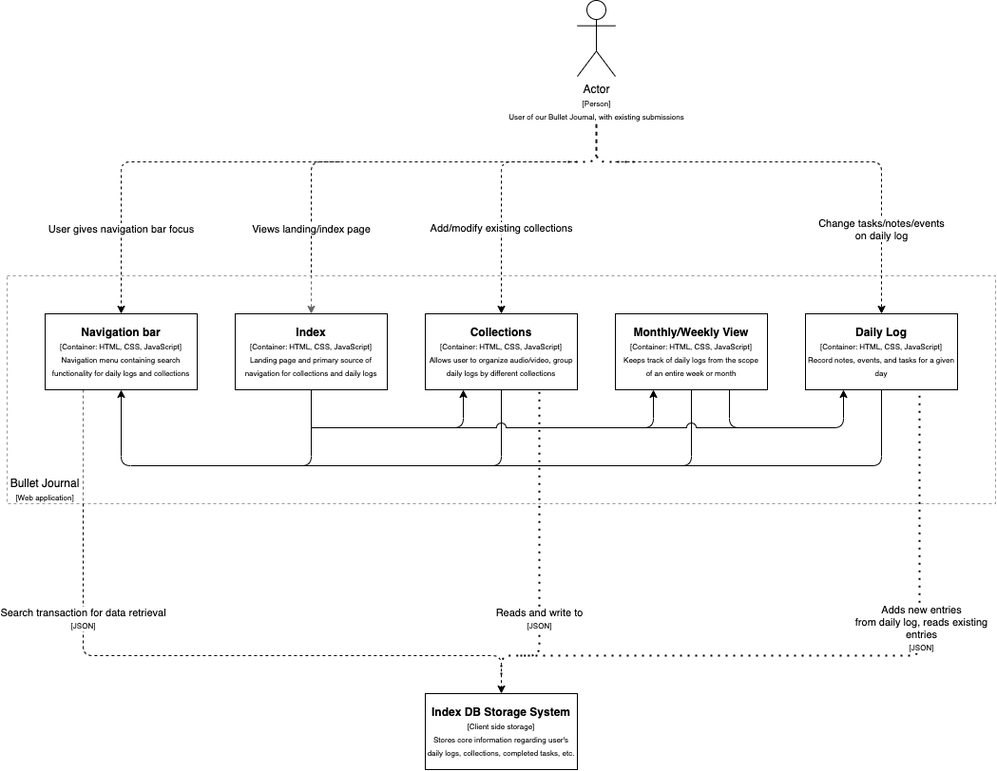
The draw.io diagram specs/architecture/c4_component_diagram_search.drawio.png in will-chung/cse110-w21-group7, before a commit. Source tidied: cells renumbered, new cells last; positions are measured from the earlier drawing's top-left corner, leaving out a move shared by most shapes.
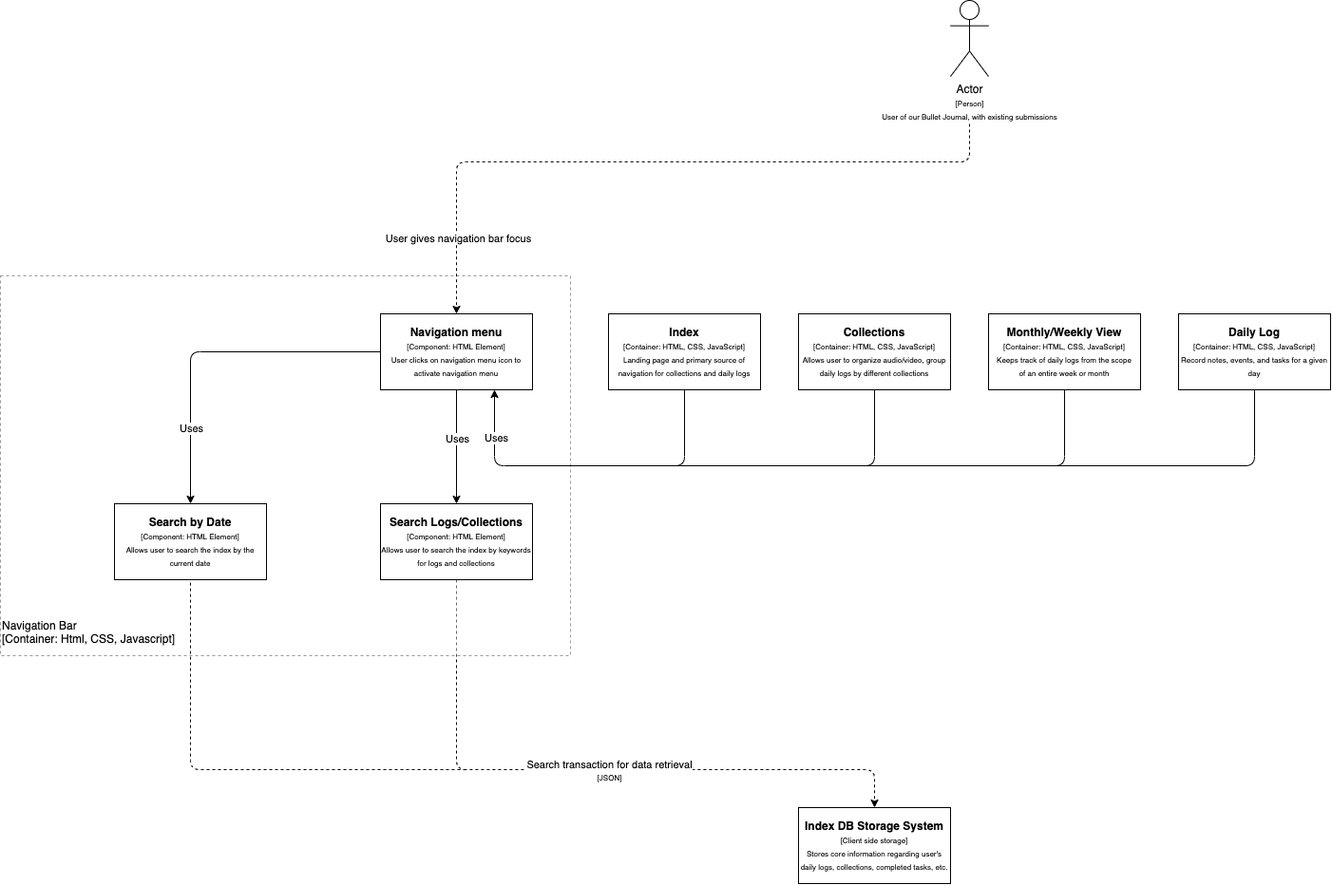
Above is the later version.

Commit message:
Formatting for component and system diagrams

The edit, as a diff of the source:
```diff
@@ -5,37 +5,24 @@
     <mxCell id="2" value="Actor&lt;br&gt;&lt;font style=&quot;font-size: 8px&quot;&gt;[Person]&lt;br&gt;&lt;/font&gt;&lt;font style=&quot;font-size: 8px&quot;&gt;User of our Bullet Journal, with existing submissions&lt;/font&gt;" style="shape=umlActor;verticalLabelPosition=bottom;verticalAlign=top;html=1;" parent="1" vertex="1">
       <mxGeometry x="600" width="40" height="80" as="geometry" />
     </mxCell>
-    <mxCell id="3" style="endArrow=classic;html=1;entryX=0.5;entryY=0;entryDx=0;entryDy=0;dashed=1;" parent="1" edge="1" target="9">
-      <mxGeometry relative="1" as="geometry">
-        <mxPoint x="600" y="170" as="sourcePoint" />
-        <Array as="points">
-          <mxPoint x="320" y="170" />
-        </Array>
-      </mxGeometry>
-    </mxCell>
-    <mxCell id="4" value="Views landing/index page" style="edgeLabel;html=1;align=center;verticalAlign=middle;" parent="3" vertex="1">
-      <mxGeometry x="-0.1" relative="1" as="geometry">
-        <mxPoint x="-81.7" y="70" as="offset" />
-      </mxGeometry>
-    </mxCell>
     <mxCell id="5" value="&lt;b&gt;Index DB Storage System&lt;/b&gt;&lt;br&gt;&lt;font style=&quot;font-size: 8px&quot;&gt;[Client side storage]&lt;br&gt;Stores core information regarding user's daily logs, collections, completed tasks, etc.&lt;br&gt;&lt;/font&gt;" style="rounded=0;whiteSpace=wrap;html=1;" parent="1" vertex="1">
-      <mxGeometry x="440" y="730" width="160" height="80" as="geometry" />
+      <mxGeometry x="440" y="850" width="160" height="80" as="geometry" />
     </mxCell>
-    <mxCell id="6" style="endArrow=classic;html=1;dashed=1;entryX=0.5;entryY=0;entryDx=0;entryDy=0;exitX=0.25;exitY=1;exitDx=0;exitDy=0;" parent="1" edge="1" source="16" target="5">
+    <mxCell id="6" style="endArrow=classic;html=1;dashed=1;entryX=0.5;entryY=0;entryDx=0;entryDy=0;exitX=0.5;exitY=1;exitDx=0;exitDy=0;" parent="1" edge="1" source="33" target="5">
       <mxGeometry relative="1" as="geometry">
         <Array as="points">
-          <mxPoint x="80" y="690" />
-          <mxPoint x="520" y="690" />
+          <mxPoint x="80" y="810" />
+          <mxPoint x="520" y="810" />
         </Array>
       </mxGeometry>
     </mxCell>
     <mxCell id="7" value="Search transaction for data retrieval&lt;br&gt;&lt;font style=&quot;font-size: 8px&quot;&gt;[JSON]&lt;/font&gt;" style="edgeLabel;html=1;align=center;verticalAlign=middle;" parent="6" vertex="1">
       <mxGeometry x="-0.05" y="3" relative="1" as="geometry">
-        <mxPoint x="-81" y="-37" as="offset" />
+        <mxPoint x="37.7" y="3" as="offset" />
       </mxGeometry>
     </mxCell>
     <mxCell id="8" style="rounded=0;whiteSpace=wrap;html=1;dashed=1;opacity=40;strokeWidth=1;perimeterSpacing=1;shadow=0;glass=0;sketch=0;align=left;" parent="1" vertex="1">
-      <mxGeometry y="290" width="1040" height="240" as="geometry" />
+      <mxGeometry x="-400" y="290" width="600" height="400" as="geometry" />
     </mxCell>
     <mxCell id="9" value="&lt;b&gt;Index&lt;/b&gt;&lt;br&gt;&lt;font style=&quot;font-size: 8px&quot;&gt;[Container: HTML, CSS, JavaScript]&lt;br&gt;Landing page and primary source of&lt;br&gt;navigation for collections and daily logs&lt;br&gt;&lt;/font&gt;" style="rounded=0;whiteSpace=wrap;html=1;" parent="1" vertex="1">
       <mxGeometry x="240" y="330" width="160" height="80" as="geometry" />
@@ -49,70 +36,36 @@
     <mxCell id="12" value="&lt;b&gt;Collections&lt;/b&gt;&lt;br&gt;&lt;font style=&quot;font-size: 8px&quot;&gt;[Container: HTML, CSS, JavaScript]&lt;br&gt;Allows user to organize audio/video, group daily logs by different collections&lt;br&gt;&lt;/font&gt;" style="rounded=0;whiteSpace=wrap;html=1;" parent="1" vertex="1">
       <mxGeometry x="440" y="330" width="160" height="80" as="geometry" />
     </mxCell>
-    <mxCell id="13" value="Add/modify existing collections" style="endArrow=classic;html=1;dashed=1;entryX=0.5;entryY=0;entryDx=0;entryDy=0;" parent="1" edge="1" target="12">
-      <mxGeometry x="0.25" relative="1" as="geometry">
-        <mxPoint x="600" y="170" as="sourcePoint" />
-        <Array as="points">
-          <mxPoint x="520" y="170" />
-        </Array>
-      </mxGeometry>
-    </mxCell>
-    <mxCell id="14" style="endArrow=classic;html=1;dashed=1;entryX=0.5;entryY=0;entryDx=0;entryDy=0;" parent="1" edge="1" target="11">
-      <mxGeometry relative="1" as="geometry">
-        <mxPoint x="640" y="170" as="sourcePoint" />
-        <Array as="points">
-          <mxPoint x="920" y="170" />
-        </Array>
-      </mxGeometry>
-    </mxCell>
-    <mxCell id="15" value="Change tasks/notes/events&lt;br&gt;on daily log" style="edgeLabel;html=1;align=center;verticalAlign=middle;" parent="14" vertex="1">
-      <mxGeometry y="1" relative="1" as="geometry">
-        <mxPoint x="61.1" y="71" as="offset" />
-      </mxGeometry>
-    </mxCell>
-    <mxCell id="16" value="&lt;b&gt;Navigation bar&lt;/b&gt;&lt;br&gt;&lt;font style=&quot;font-size: 8px&quot;&gt;[Container: HTML, CSS, JavaScript]&lt;br&gt;Navigation menu containing search functionality for daily logs and collections&lt;br&gt;&lt;/font&gt;" style="rounded=0;whiteSpace=wrap;html=1;" parent="1" vertex="1">
-      <mxGeometry x="40" y="330" width="160" height="80" as="geometry" />
+    <mxCell id="16" value="&lt;b&gt;Navigation menu&lt;/b&gt;&lt;br&gt;&lt;font style=&quot;font-size: 8px&quot;&gt;[Component: HTML Element]&lt;br&gt;User clicks on navigation menu icon to activate navigation menu&lt;br&gt;&lt;/font&gt;" style="rounded=0;whiteSpace=wrap;html=1;" parent="1" vertex="1">
+      <mxGeometry y="330" width="160" height="80" as="geometry" />
     </mxCell>
-    <mxCell id="17" style="endArrow=none;dashed=1;html=1;dashPattern=1 3;strokeWidth=2;" parent="1" edge="1">
-      <mxGeometry relative="1" as="geometry">
-        <mxPoint x="590" y="170" as="sourcePoint" />
-        <mxPoint x="620" y="130" as="targetPoint" />
-        <Array as="points">
-          <mxPoint x="620" y="170" />
-        </Array>
-      </mxGeometry>
-    </mxCell>
-    <mxCell id="18" style="endArrow=none;dashed=1;html=1;dashPattern=1 3;strokeWidth=2;" parent="1" edge="1">
-      <mxGeometry relative="1" as="geometry">
-        <mxPoint x="660" y="170" as="sourcePoint" />
-        <mxPoint x="620" y="130" as="targetPoint" />
-        <Array as="points">
-          <mxPoint x="620" y="170" />
-        </Array>
-      </mxGeometry>
-    </mxCell>
     <mxCell id="19" style="endArrow=classic;html=1;entryX=0.5;entryY=0;entryDx=0;entryDy=0;dashed=1;" parent="1" edge="1" target="16">
       <mxGeometry relative="1" as="geometry">
-        <mxPoint x="350" y="170" as="sourcePoint" />
+        <mxPoint x="620" y="130" as="sourcePoint" />
         <Array as="points">
-          <mxPoint x="120" y="170" />
+          <mxPoint x="620" y="170" />
+          <mxPoint x="80" y="170" />
         </Array>
       </mxGeometry>
     </mxCell>
     <mxCell id="20" value="User gives navigation bar focus" style="edgeLabel;html=1;align=center;verticalAlign=middle;" parent="19" vertex="1">
       <mxGeometry x="-0.1" relative="1" as="geometry">
-        <mxPoint x="-54.6" y="70" as="offset" />
+        <mxPoint x="-247.1" y="80" as="offset" />
       </mxGeometry>
     </mxCell>
-    <mxCell id="21" style="endArrow=classic;html=1;exitX=0.5;exitY=1;exitDx=0;exitDy=0;" parent="1" edge="1" source="9">
+    <mxCell id="21" style="endArrow=classic;html=1;exitX=0.5;exitY=1;exitDx=0;exitDy=0;entryX=0.75;entryY=1;entryDx=0;entryDy=0;" parent="1" edge="1" source="9" target="16">
       <mxGeometry relative="1" as="geometry">
-        <mxPoint x="120" y="410" as="targetPoint" />
         <Array as="points">
           <mxPoint x="320" y="490" />
           <mxPoint x="120" y="490" />
         </Array>
       </mxGeometry>
     </mxCell>
+    <mxCell id="34" value="Uses" style="edgeLabel;html=1;align=center;verticalAlign=middle;" parent="21" vertex="1">
+      <mxGeometry x="0.28" relative="1" as="geometry">
+        <mxPoint x="-49.4" y="-30" as="offset" />
+      </mxGeometry>
+    </mxCell>
     <mxCell id="22" style="endArrow=none;html=1;entryX=0.5;entryY=1;entryDx=0;entryDy=0;" parent="1" edge="1" target="12">
       <mxGeometry relative="1" as="geometry">
         <mxPoint x="310" y="490" as="sourcePoint" />
@@ -139,69 +92,42 @@
         </Array>
       </mxGeometry>
     </mxCell>
-    <mxCell id="25" style="endArrow=classic;html=1;entryX=0.25;entryY=1;entryDx=0;entryDy=0;" parent="1" edge="1" target="12">
-      <mxGeometry relative="1" as="geometry">
-        <mxPoint x="320" y="450" as="sourcePoint" />
-        <Array as="points">
-          <mxPoint x="480" y="450" />
-        </Array>
-      </mxGeometry>
-    </mxCell>
-    <mxCell id="26" style="endArrow=classic;html=1;entryX=0.25;entryY=1;entryDx=0;entryDy=0;jumpStyle=arc;jumpSize=10;" parent="1" edge="1">
-      <mxGeometry relative="1" as="geometry">
-        <mxPoint x="440" y="450" as="sourcePoint" />
-        <mxPoint x="680" y="410" as="targetPoint" />
-        <Array as="points">
-          <mxPoint x="680" y="450" />
-        </Array>
-      </mxGeometry>
-    </mxCell>
-    <mxCell id="27" style="endArrow=classic;html=1;entryX=0.25;entryY=1;entryDx=0;entryDy=0;jumpStyle=arc;jumpSize=10;" parent="1" edge="1">
-      <mxGeometry relative="1" as="geometry">
-        <mxPoint x="640" y="450" as="sourcePoint" />
-        <mxPoint x="880" y="410" as="targetPoint" />
-        <Array as="points">
-          <mxPoint x="880" y="450" />
-        </Array>
-      </mxGeometry>
-    </mxCell>
-    <mxCell id="28" style="endArrow=none;html=1;exitX=0.75;exitY=1;exitDx=0;exitDy=0;" parent="1" edge="1" source="10">
-      <mxGeometry relative="1" as="geometry">
-        <mxPoint x="800" y="450" as="targetPoint" />
-        <Array as="points">
-          <mxPoint x="760" y="450" />
-        </Array>
-      </mxGeometry>
-    </mxCell>
-    <mxCell id="29" style="endArrow=none;dashed=1;html=1;dashPattern=1 3;strokeWidth=2;entryX=0.75;entryY=1;entryDx=0;entryDy=0;" parent="1" edge="1" target="12">
-      <mxGeometry relative="1" as="geometry">
-        <mxPoint x="520" y="710" as="sourcePoint" />
-        <Array as="points">
-          <mxPoint x="520" y="690" />
-          <mxPoint x="560" y="690" />
-        </Array>
-      </mxGeometry>
-    </mxCell>
-    <mxCell id="30" value="Reads and write to&lt;br&gt;&lt;font style=&quot;font-size: 8px&quot;&gt;[JSON]&lt;/font&gt;" style="edgeLabel;html=1;align=center;verticalAlign=middle;" parent="29" vertex="1">
-      <mxGeometry x="-0.41" y="1" relative="1" as="geometry" />
-    </mxCell>
-    <mxCell id="31" style="endArrow=none;dashed=1;html=1;dashPattern=1 3;strokeWidth=2;entryX=0.75;entryY=1;entryDx=0;entryDy=0;" parent="1" edge="1">
-      <mxGeometry relative="1" as="geometry">
-        <mxPoint x="540" y="690" as="sourcePoint" />
-        <mxPoint x="960" y="410" as="targetPoint" />
-        <Array as="points">
-          <mxPoint x="540" y="690" />
-          <mxPoint x="960" y="690" />
-        </Array>
-      </mxGeometry>
-    </mxCell>
-    <mxCell id="32" value="Adds new entries&lt;br&gt;from daily log, reads existing&lt;br&gt;entries&lt;br&gt;&lt;font style=&quot;font-size: 8px&quot;&gt;[JSON]&lt;/font&gt;" style="edgeLabel;html=1;align=center;verticalAlign=middle;" parent="31" vertex="1">
-      <mxGeometry x="-0.41" y="1" relative="1" as="geometry">
-        <mxPoint x="215.2" y="-29" as="offset" />
-      </mxGeometry>
-    </mxCell>
-    <mxCell id="33" value="Bullet Journal&lt;br&gt;&lt;font style=&quot;font-size: 8px&quot;&gt;[Web application]&lt;/font&gt;" style="text;html=1;strokeColor=none;fillColor=none;align=center;verticalAlign=middle;whiteSpace=wrap;rounded=0;shadow=0;glass=0;dashed=1;sketch=0;opacity=40;" parent="1" vertex="1">
-      <mxGeometry y="500" width="80" height="30" as="geometry" />
+    <mxCell id="33" value="&lt;b&gt;Search Logs/Collections&lt;/b&gt;&lt;br&gt;&lt;font style=&quot;font-size: 8px&quot;&gt;[Component: HTML Element]&lt;br&gt;Allows user to search the index by keywords for logs and collections&lt;br&gt;&lt;/font&gt;" style="rounded=0;whiteSpace=wrap;html=1;" parent="1" vertex="1">
+      <mxGeometry y="530" width="160" height="80" as="geometry" />
     </mxCell>
+    <mxCell id="35" value="&lt;b&gt;Search by Date&lt;/b&gt;&lt;br&gt;&lt;font style=&quot;font-size: 8px&quot;&gt;[Component: HTML Element]&lt;br&gt;Allows user to search the index by the current date&lt;br&gt;&lt;/font&gt;" style="rounded=0;whiteSpace=wrap;html=1;" parent="1" vertex="1">
+      <mxGeometry x="-280" y="530" width="160" height="80" as="geometry" />
+    </mxCell>
+    <mxCell id="36" style="endArrow=classic;html=1;exitX=0;exitY=0.5;exitDx=0;exitDy=0;entryX=0.5;entryY=0;entryDx=0;entryDy=0;" parent="1" edge="1" source="16" target="35">
+      <mxGeometry relative="1" as="geometry">
+        <Array as="points">
+          <mxPoint x="-200" y="370" />
+        </Array>
+      </mxGeometry>
+    </mxCell>
+    <mxCell id="37" value="Uses" style="edgeLabel;html=1;align=center;verticalAlign=middle;" parent="36" vertex="1">
+      <mxGeometry x="0.64" relative="1" as="geometry">
+        <mxPoint y="-15.3" as="offset" />
+      </mxGeometry>
+    </mxCell>
+    <mxCell id="38" style="endArrow=classic;html=1;exitX=0.5;exitY=1;exitDx=0;exitDy=0;entryX=0.5;entryY=0;entryDx=0;entryDy=0;" parent="1" edge="1" source="16" target="33">
+      <mxGeometry relative="1" as="geometry" />
+    </mxCell>
+    <mxCell id="39" value="Uses" style="edgeLabel;html=1;align=center;verticalAlign=middle;" parent="38" vertex="1">
+      <mxGeometry x="0.2" y="4" relative="1" as="geometry">
+        <mxPoint x="-4" y="-21.8" as="offset" />
+      </mxGeometry>
+    </mxCell>
+    <mxCell id="40" style="endArrow=none;dashed=1;html=1;entryX=0.5;entryY=1;entryDx=0;entryDy=0;" parent="1" edge="1" target="35">
+      <mxGeometry relative="1" as="geometry">
+        <mxPoint x="90" y="810" as="sourcePoint" />
+        <Array as="points">
+          <mxPoint x="-200" y="810" />
+        </Array>
+      </mxGeometry>
+    </mxCell>
+    <mxCell id="41" value="Navigation Bar&lt;br&gt;[Container: Html, CSS, Javascript]" style="text;html=1;strokeColor=none;fillColor=none;align=left;verticalAlign=middle;whiteSpace=wrap;rounded=0;" parent="1" vertex="1">
+      <mxGeometry x="-400" y="640" width="190" height="50" as="geometry" />
+    </mxCell>
   </root>
 </mxGraphModel>
```
